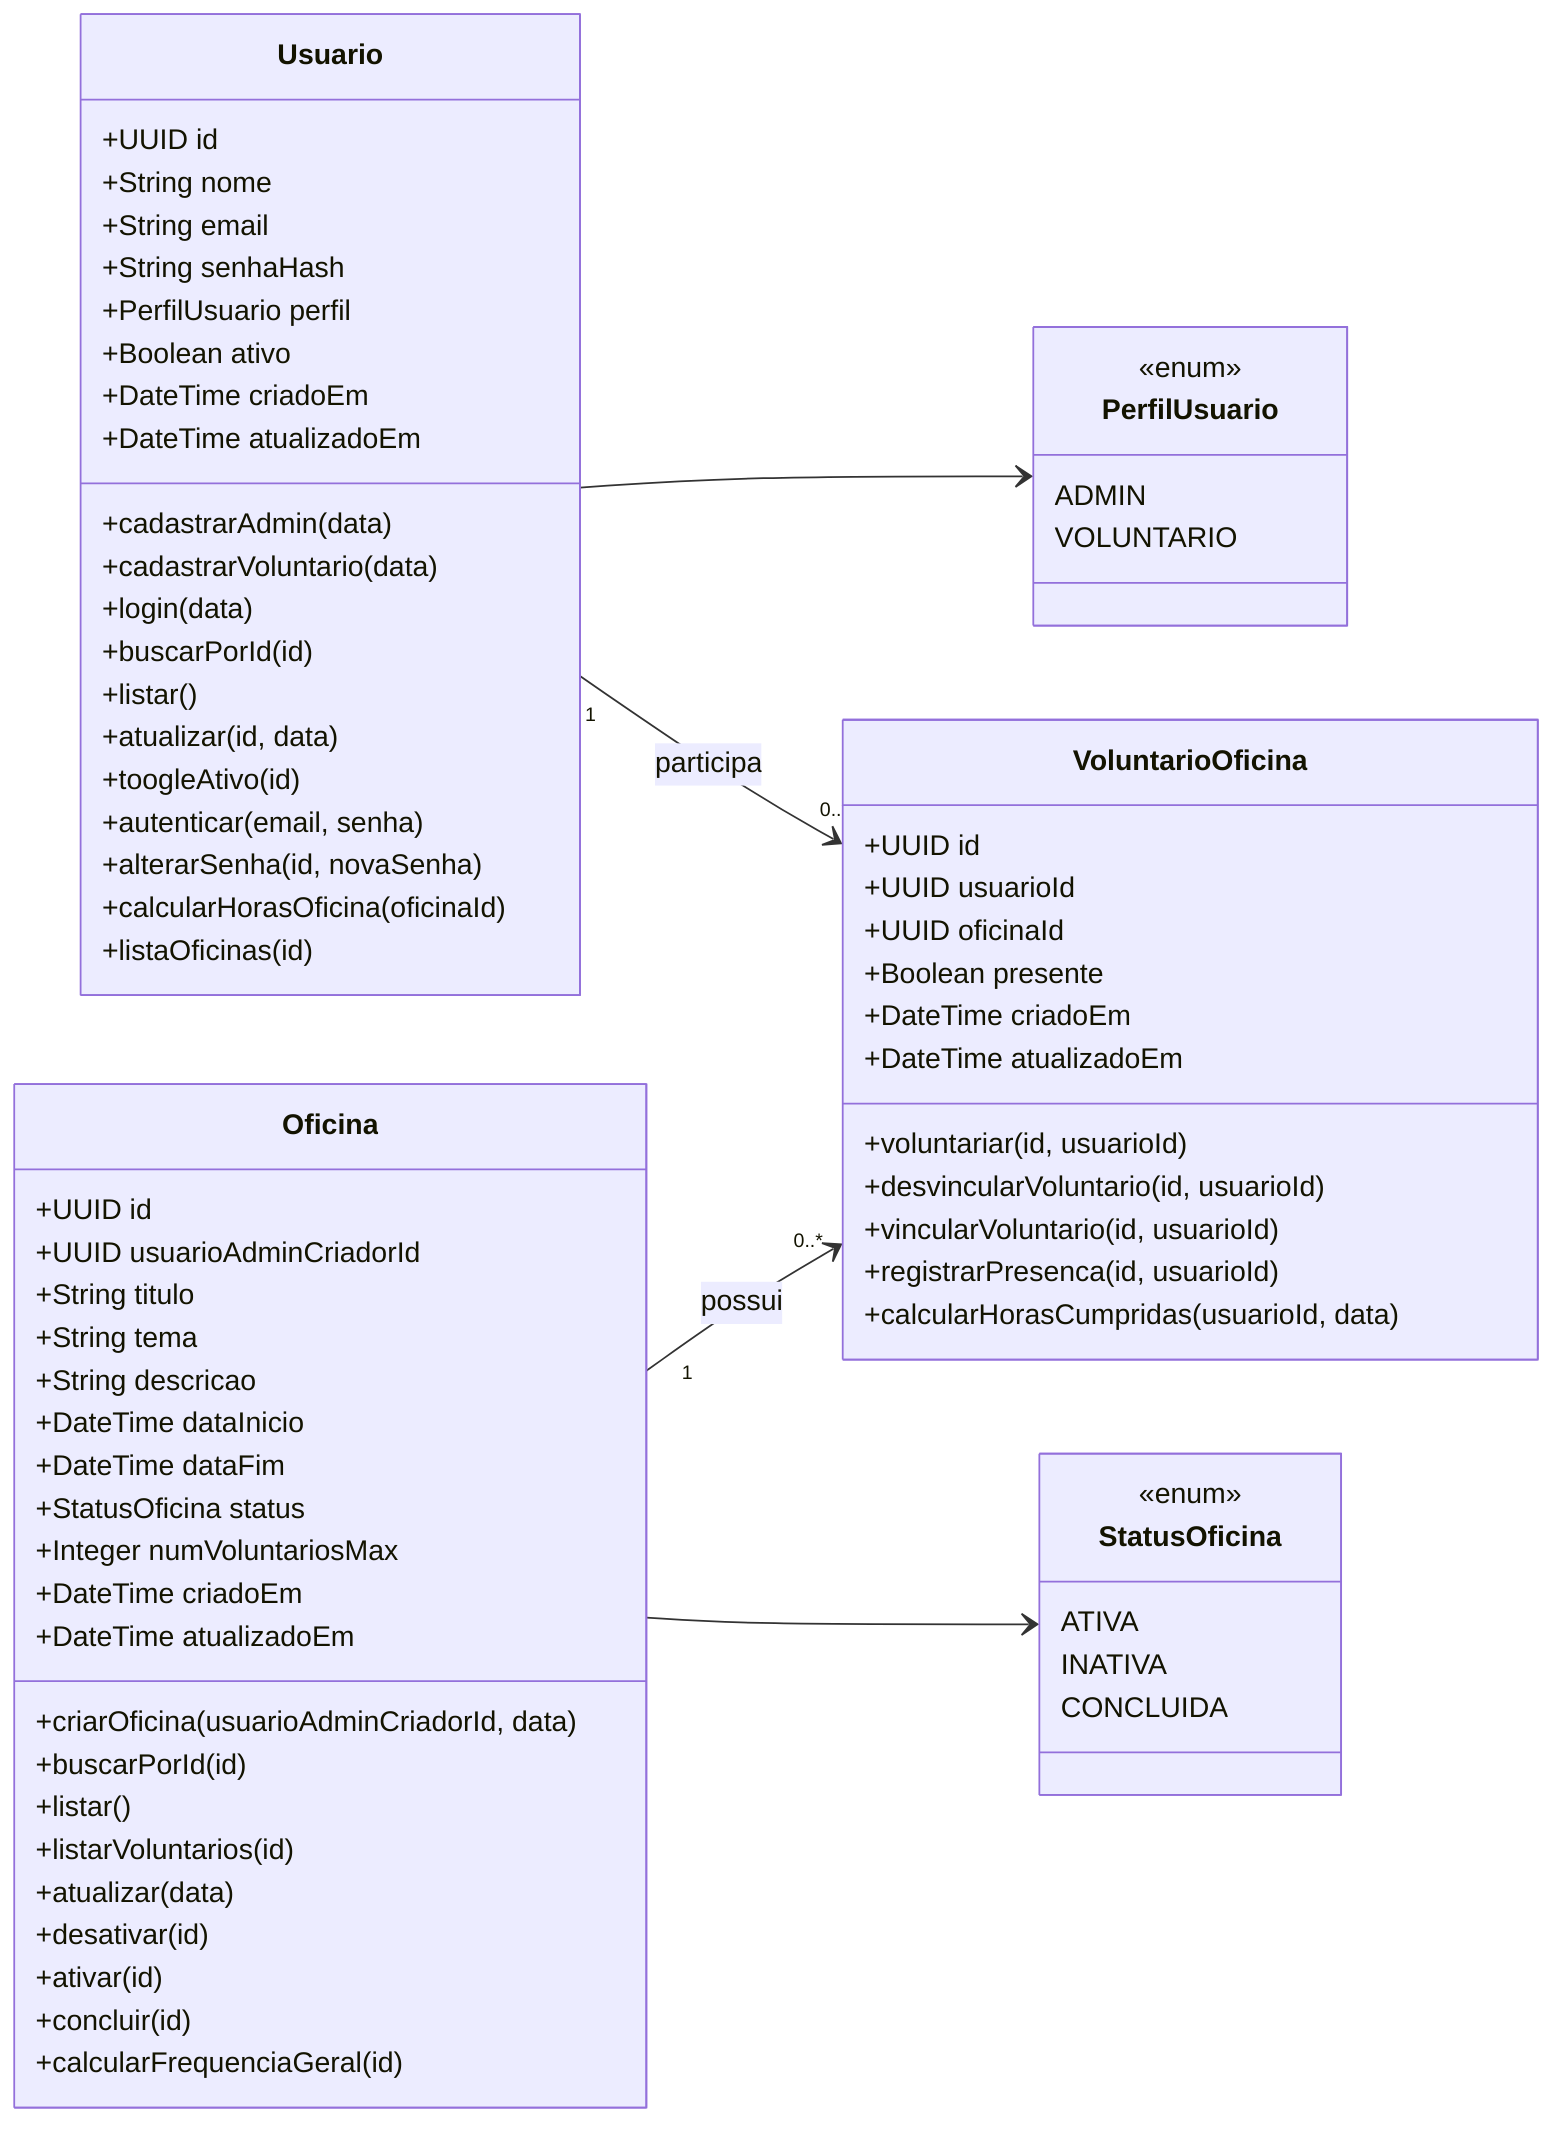
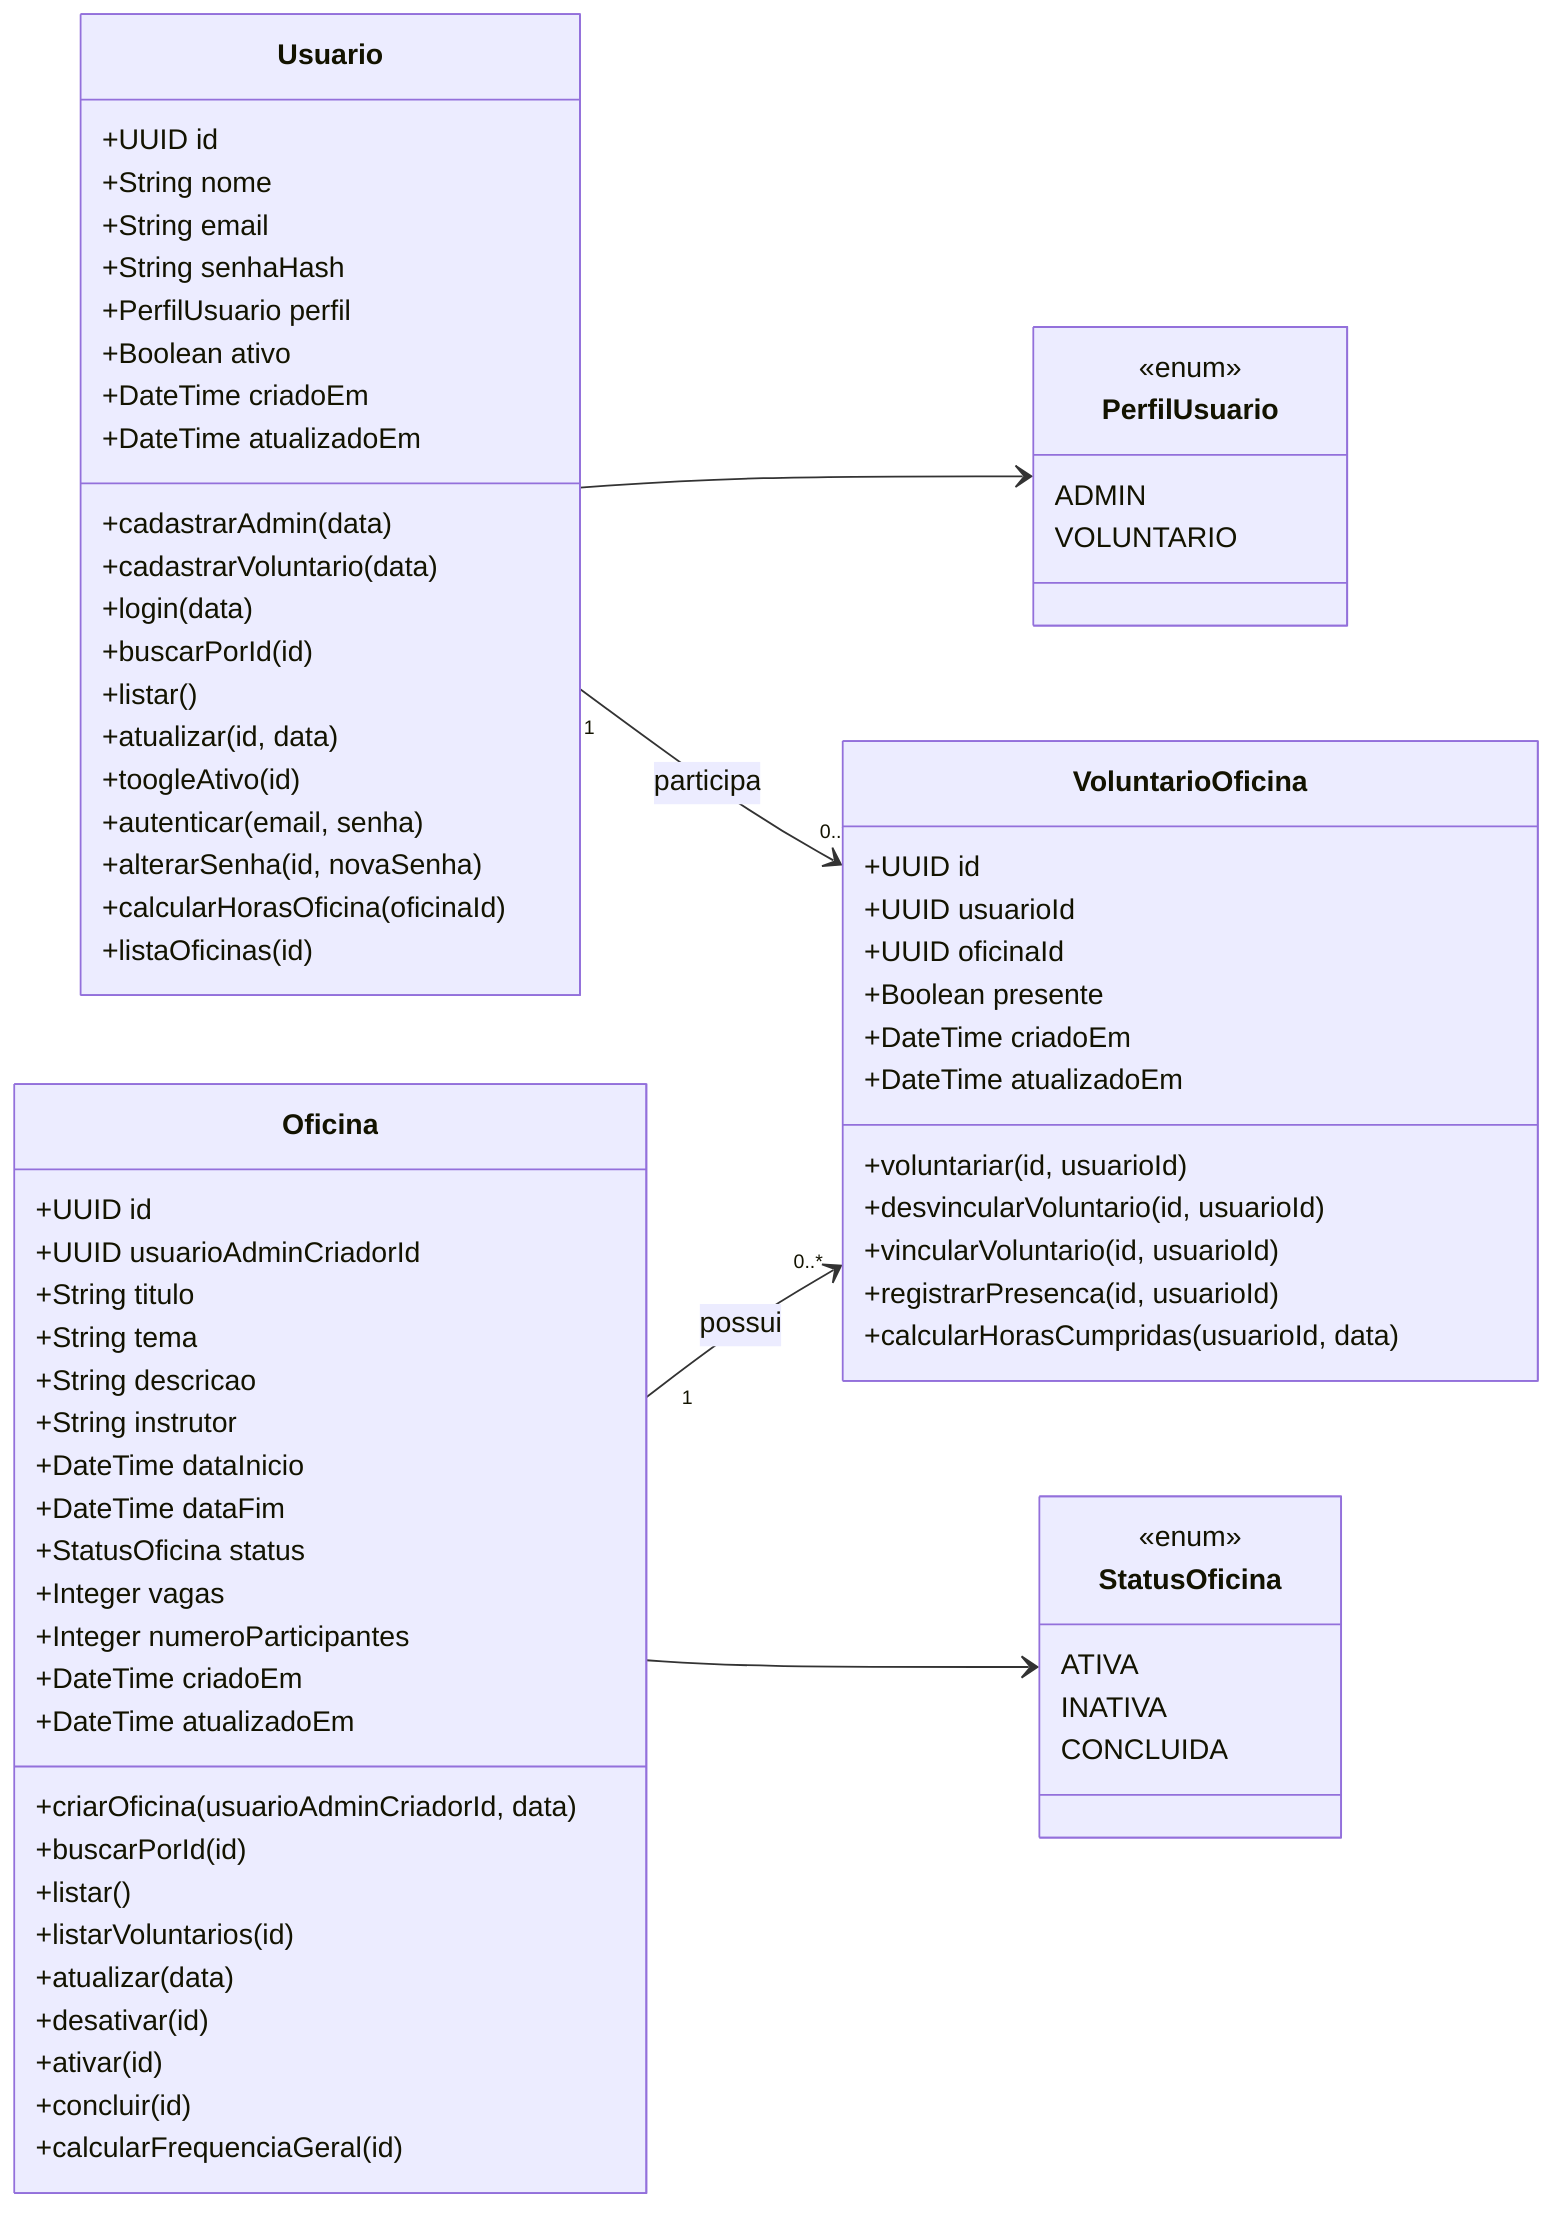
classDiagram
direction LR

class Usuario {
  +UUID id
  +String nome
  +String email
  +String senhaHash
  +PerfilUsuario perfil
  +Boolean ativo
  +DateTime criadoEm
  +DateTime atualizadoEm

  +cadastrarAdmin(data)
  +cadastrarVoluntario(data)
  +login(data)
  +buscarPorId(id)
  +listar()
  +atualizar(id, data)
  +toogleAtivo(id)
  +autenticar(email, senha)
  +alterarSenha(id, novaSenha)
  +calcularHorasOficina(oficinaId)
  +listaOficinas(id)
}

class Oficina {
  +UUID id
  +UUID usuarioAdminCriadorId
  +String titulo
  +String tema
  +String descricao
+   +String instrutor
  +DateTime dataInicio
  +DateTime dataFim
  +StatusOficina status
-   +Integer numVoluntariosMax
+   +Integer vagas
+   +Integer numeroParticipantes
  +DateTime criadoEm
  +DateTime atualizadoEm


  +criarOficina(usuarioAdminCriadorId, data)
  +buscarPorId(id)
  +listar()
  +listarVoluntarios(id)
  +atualizar(data)
  +desativar(id)
  +ativar(id)
  +concluir(id)
  +calcularFrequenciaGeral(id)
}

class VoluntarioOficina {
  +UUID id
  +UUID usuarioId
  +UUID oficinaId
  +Boolean presente
  +DateTime criadoEm
  +DateTime atualizadoEm

  +voluntariar(id, usuarioId)
  +desvincularVoluntario(id, usuarioId)
  +vincularVoluntario(id, usuarioId)
  +registrarPresenca(id, usuarioId)
  +calcularHorasCumpridas(usuarioId, data)
}

class PerfilUsuario {
  <<enum>>
  ADMIN
  VOLUNTARIO
}

class StatusOficina {
  <<enum>>
  ATIVA
  INATIVA
  CONCLUIDA
}

Usuario --> PerfilUsuario
Oficina --> StatusOficina

Usuario "1" --> "0..*" VoluntarioOficina : participa
Oficina "1" --> "0..*" VoluntarioOficina : possui